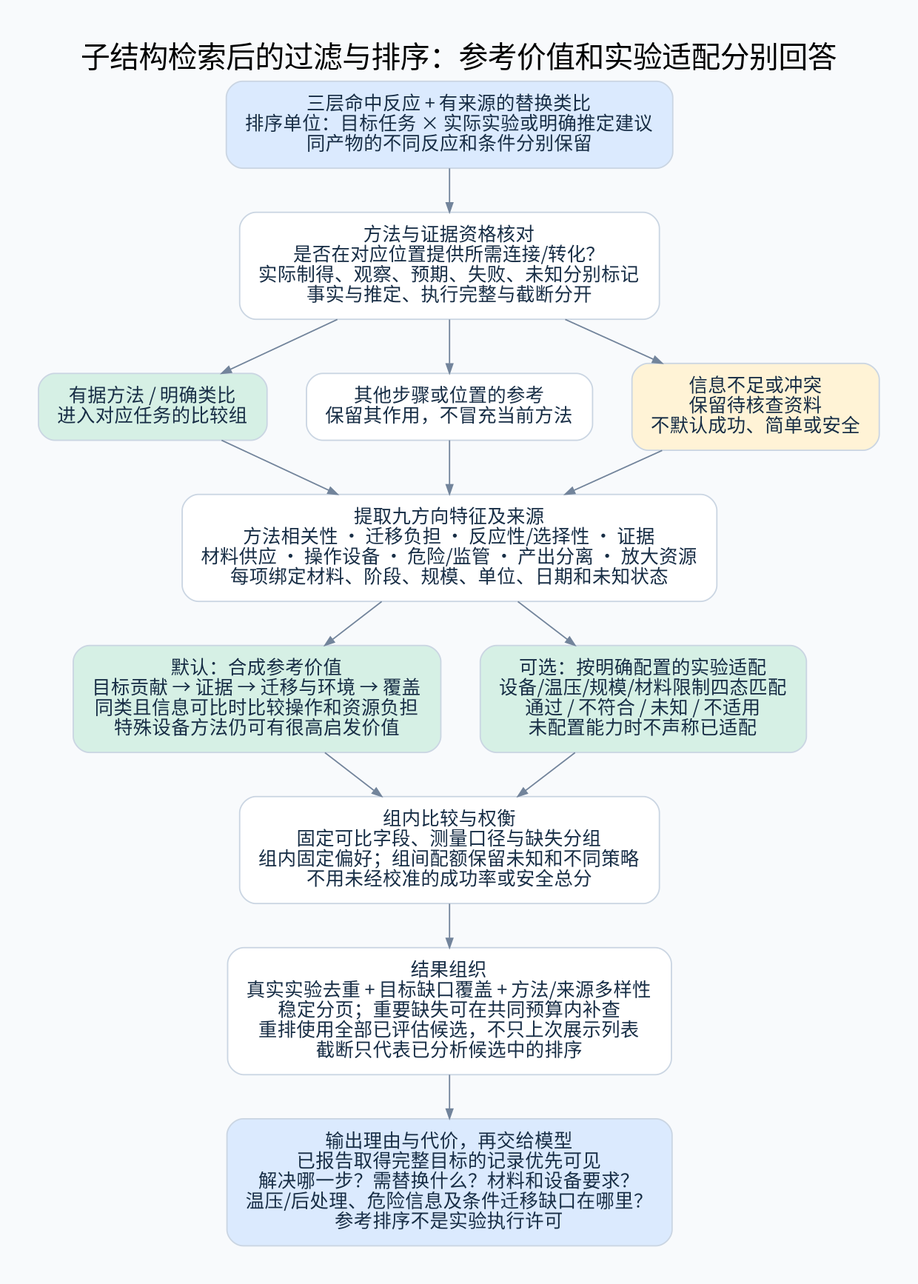
This is diagrams/result-ranking.png from 825728139/substructure_search, a Graphviz export, as it was before one commit. Its source is kept beside it as diagrams/result-ranking.dot.
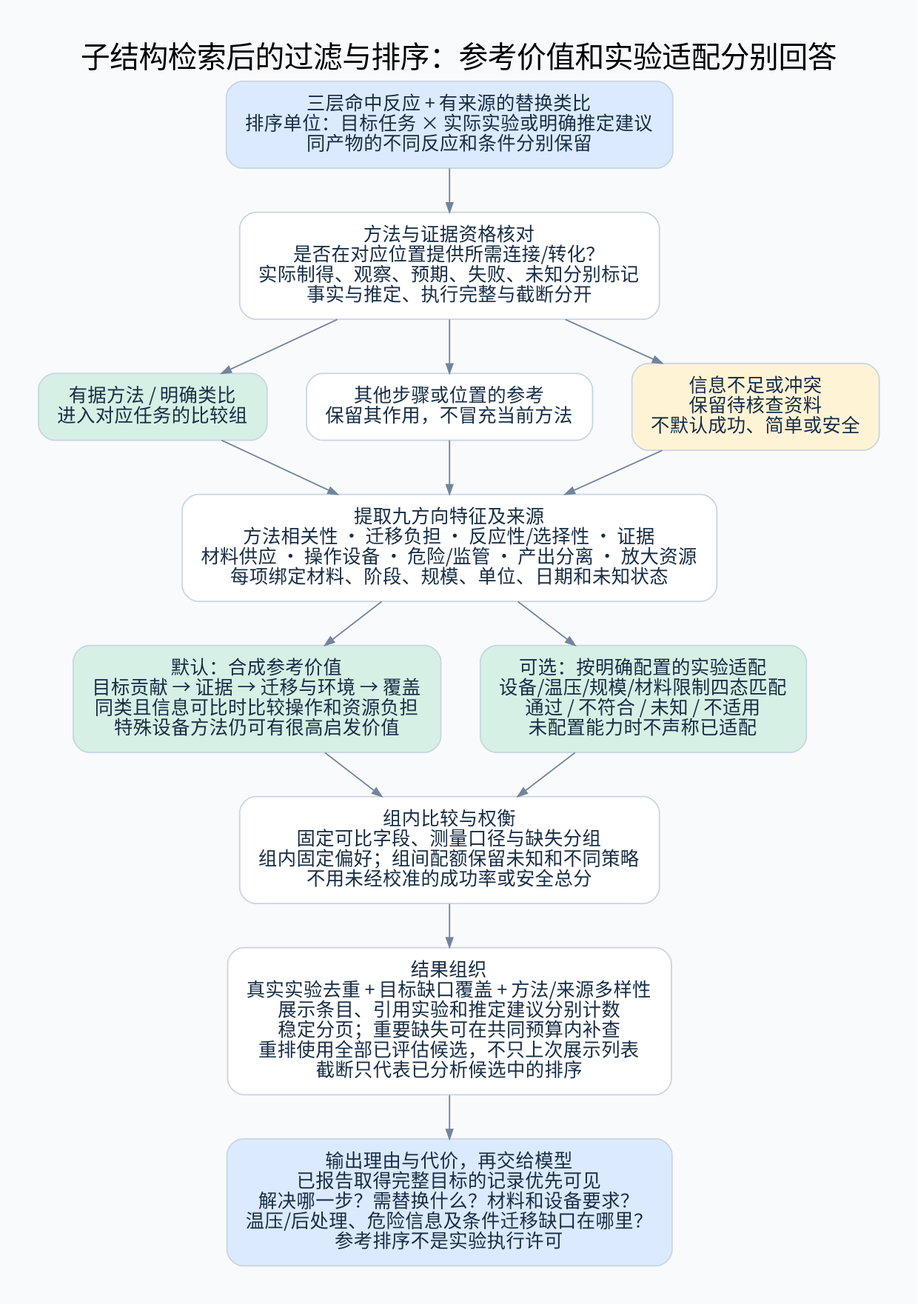
After the commit.

Change to the diagram source:
```diff
@@ -37,6 +37,7 @@
 不用未经校准的成功率或安全总分"];
 select [label="结果组织
 真实实验去重 + 目标缺口覆盖 + 方法/来源多样性
+展示条目、引用实验和推定建议分别计数
 稳定分页；重要缺失可在共同预算内补查
 重排使用全部已评估候选，不只上次展示列表
 截断只代表已分析候选中的排序"];
```
